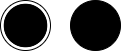
joao-marcos-azvd/Estudos-de-programacao keeps this draw.io diagram as APOO/diagrama_atividade/Diagrama_atividade_click_compre.drawio.png. Above is the earlier version. Source tidied: cells renumbered, new cells last; positions are measured from the earlier drawing's top-left corner, leaving out a move shared by most shapes. Source of this version:
```xml
<mxGraphModel>
  <root>
    <mxCell id="0" />
    <mxCell id="1" parent="0" />
    <mxCell id="2" style="ellipse;shape=doubleEllipse;whiteSpace=wrap;html=1;" parent="1" vertex="1">
      <mxGeometry width="50" height="50" as="geometry" />
    </mxCell>
    <mxCell id="3" style="ellipse;shape=doubleEllipse;whiteSpace=wrap;html=1;fillColor=#000000;" parent="1" vertex="1">
      <mxGeometry x="70" width="50" height="50" as="geometry" />
    </mxCell>
    <mxCell id="4" style="ellipse;shape=doubleEllipse;whiteSpace=wrap;html=1;fillColor=#000000;" parent="1" vertex="1">
      <mxGeometry x="3.8" y="3.8" width="42.5" height="42.5" as="geometry" />
    </mxCell>
  </root>
</mxGraphModel>
```
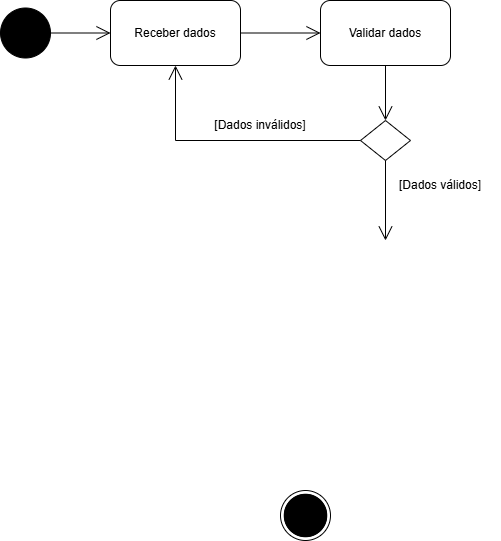
After the change.

The edit, as a diff of the source:
```diff
@@ -6,10 +6,46 @@
       <mxGeometry width="50" height="50" as="geometry" />
     </mxCell>
     <mxCell id="3" style="ellipse;shape=doubleEllipse;whiteSpace=wrap;html=1;fillColor=#000000;" parent="1" vertex="1">
-      <mxGeometry x="70" width="50" height="50" as="geometry" />
+      <mxGeometry x="-280" y="-482.5" width="50" height="50" as="geometry" />
     </mxCell>
     <mxCell id="4" style="ellipse;shape=doubleEllipse;whiteSpace=wrap;html=1;fillColor=#000000;" parent="1" vertex="1">
       <mxGeometry x="3.8" y="3.8" width="42.5" height="42.5" as="geometry" />
     </mxCell>
+    <mxCell id="5" value="Receber dados" style="rounded=1;whiteSpace=wrap;html=1;" parent="1" vertex="1">
+      <mxGeometry x="-170" y="-490" width="130" height="65" as="geometry" />
+    </mxCell>
+    <mxCell id="6" style="endArrow=open;endFill=1;endSize=12;html=1;rounded=0;exitX=1;exitY=0.5;exitDx=0;exitDy=0;entryX=0;entryY=0.5;entryDx=0;entryDy=0;" parent="1" edge="1" source="3" target="5">
+      <mxGeometry relative="1" as="geometry" />
+    </mxCell>
+    <mxCell id="7" value="Validar dados" style="rounded=1;whiteSpace=wrap;html=1;" parent="1" vertex="1">
+      <mxGeometry x="40" y="-490" width="130" height="65" as="geometry" />
+    </mxCell>
+    <mxCell id="8" style="endArrow=open;endFill=1;endSize=12;html=1;rounded=0;exitX=1;exitY=0.5;exitDx=0;exitDy=0;entryX=0;entryY=0.5;entryDx=0;entryDy=0;" parent="1" edge="1" source="5" target="7">
+      <mxGeometry relative="1" as="geometry" />
+    </mxCell>
+    <mxCell id="9" style="rhombus;whiteSpace=wrap;html=1;" parent="1" vertex="1">
+      <mxGeometry x="80" y="-370" width="50" height="40" as="geometry" />
+    </mxCell>
+    <mxCell id="10" style="endArrow=open;endFill=1;endSize=12;html=1;rounded=0;exitX=0.5;exitY=1;exitDx=0;exitDy=0;entryX=0.5;entryY=0;entryDx=0;entryDy=0;" parent="1" edge="1" source="7" target="9">
+      <mxGeometry relative="1" as="geometry" />
+    </mxCell>
+    <mxCell id="11" style="endArrow=open;endFill=1;endSize=12;html=1;rounded=0;exitX=0;exitY=0.5;exitDx=0;exitDy=0;entryX=0.5;entryY=1;entryDx=0;entryDy=0;" parent="1" edge="1" source="9" target="5">
+      <mxGeometry relative="1" as="geometry">
+        <Array as="points">
+          <mxPoint x="-105" y="-350" />
+        </Array>
+      </mxGeometry>
+    </mxCell>
+    <mxCell id="12" value="[Dados inválidos]" style="text;strokeColor=none;align=center;fillColor=none;html=1;verticalAlign=middle;whiteSpace=wrap;rounded=0;" parent="1" vertex="1">
+      <mxGeometry x="-80" y="-380" width="120" height="30" as="geometry" />
+    </mxCell>
+    <mxCell id="13" style="endArrow=open;endFill=1;endSize=12;html=1;rounded=0;exitX=0.5;exitY=1;exitDx=0;exitDy=0;" parent="1" edge="1" source="9">
+      <mxGeometry relative="1" as="geometry">
+        <mxPoint x="105" y="-250" as="targetPoint" />
+      </mxGeometry>
+    </mxCell>
+    <mxCell id="14" value="[Dados válidos]" style="text;strokeColor=none;align=center;fillColor=none;html=1;verticalAlign=middle;whiteSpace=wrap;rounded=0;" parent="1" vertex="1">
+      <mxGeometry x="100" y="-320" width="120" height="30" as="geometry" />
+    </mxCell>
   </root>
 </mxGraphModel>
```
